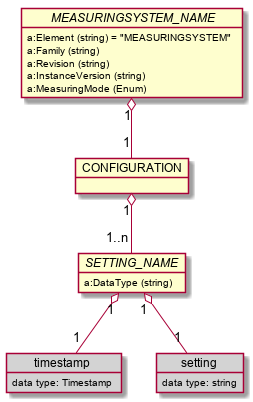
The PlantUML diagram images/generated/rcmdx_measuringsystem_config_group.png in OpenRailAssociation/rcm-dx, before a commit. Source of this version:
```plantuml
@startuml rcmdx_measuringsystem_config_group
  object "//MEASURINGSYSTEM_NAME//" as MEASURINGSYSTEM {
    a:Element (string) = "MEASURINGSYSTEM"
    a:Family (string)
    a:Revision (string)
    a:InstanceVersion (string)
    a:MeasuringMode (Enum)
  }

  object "CONFIGURATION" as ms_config
  MEASURINGSYSTEM "1" o-- "1" ms_config

  object "//SETTING_NAME//" as setting_name {
    a:DataType (string)
  }
  ms_config "1" o-- "1..n" setting_name

  object "timestamp" as setting_timestamp #LightGray {
    data type: Timestamp
  }
  setting_name "1" o-- "1" setting_timestamp

  object "setting" as setting #LightGray {
    data type: string
  }
  setting_name "1" o-- "1" setting
@enduml
```
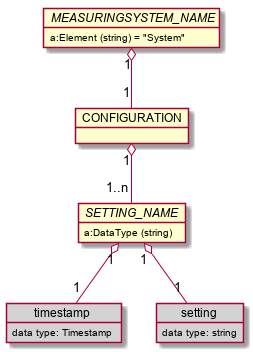
After the commit.

Change to the diagram source:
```diff
@@ -1,10 +1,6 @@
 @startuml rcmdx_measuringsystem_config_group
   object "//MEASURINGSYSTEM_NAME//" as MEASURINGSYSTEM {
-    a:Element (string) = "MEASURINGSYSTEM"
-    a:Family (string)
-    a:Revision (string)
-    a:InstanceVersion (string)
-    a:MeasuringMode (Enum)
+    a:Element (string) = "System"
   }
 
   object "CONFIGURATION" as ms_config
```
